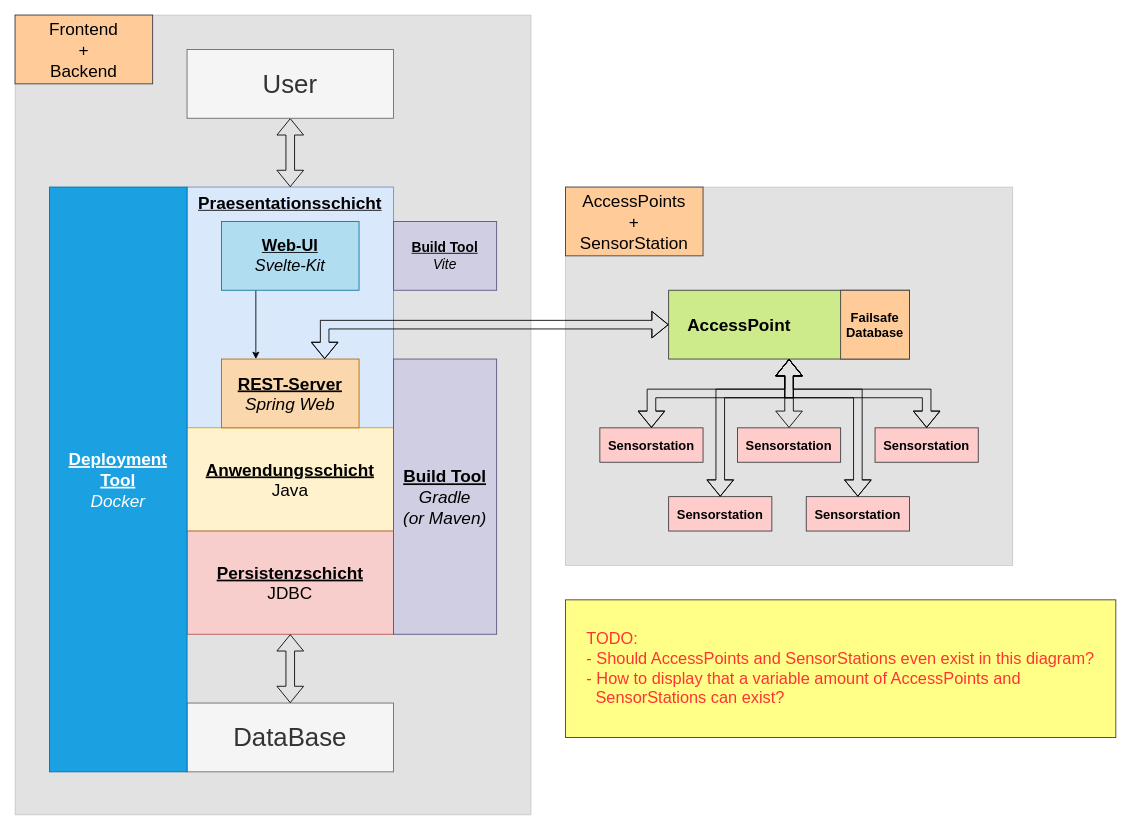
Above: Diagrams/layer-chart.drawio in FabioPlunser/SWE (draw.io), before the change. Source tidied: cells renumbered, new cells numbered last; positions are measured from the earlier drawing's top-left corner, leaving out a move shared by most shapes. Both pictures are drawn from the tidied source at 86%, with x=0, y=0 at pixel (15, 15).
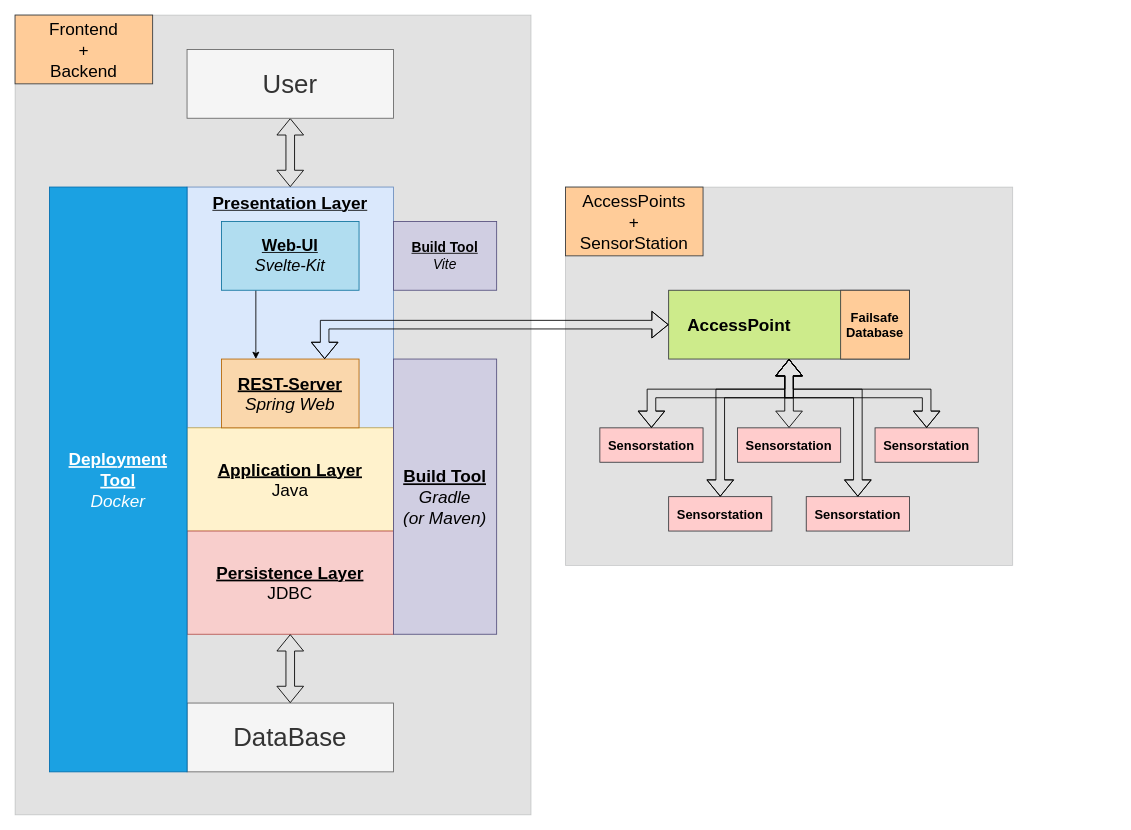
The same diagram, later.

Commit message (it also covers changes not shown here):
Changed German Terms in Layer Chart to English

Exported Layer Diagram as SVG

The edit, as a diff of the source:
```diff
@@
-    <mxCell id="4" value="&lt;b&gt;&lt;u&gt;&lt;font style=&quot;font-size: 20px;&quot;&gt;Praesentationsschicht&lt;/font&gt;&lt;/u&gt;&lt;/b&gt;" style="rounded=0;whiteSpace=wrap;html=1;fillColor=#dae8fc;strokeColor=#6c8ebf;verticalAlign=top;" parent="1" vertex="1">
+    <mxCell id="4" value="&lt;b&gt;&lt;u&gt;&lt;font style=&quot;font-size: 20px;&quot;&gt;Presentation Layer&lt;/font&gt;&lt;/u&gt;&lt;/b&gt;" style="rounded=0;whiteSpace=wrap;html=1;fillColor=#dae8fc;strokeColor=#6c8ebf;verticalAlign=top;" parent="1" vertex="1">
       <mxGeometry x="200" y="200" width="240" height="280" as="geometry" />
     </mxCell>
-    <mxCell id="5" value="&lt;font style=&quot;font-size: 20px;&quot;&gt;&lt;b&gt;&lt;u&gt;Anwendungsschicht&lt;/u&gt;&lt;/b&gt;&lt;br&gt;Java&lt;/font&gt;" style="rounded=0;whiteSpace=wrap;html=1;fillColor=#fff2cc;strokeColor=#d6b656;" parent="1" vertex="1">
+    <mxCell id="5" value="&lt;font style=&quot;font-size: 20px;&quot;&gt;&lt;b&gt;&lt;u&gt;Application Layer&lt;/u&gt;&lt;/b&gt;&lt;br&gt;Java&lt;/font&gt;" style="rounded=0;whiteSpace=wrap;html=1;fillColor=#fff2cc;strokeColor=#d6b656;" parent="1" vertex="1">
       <mxGeometry x="200" y="480" width="240" height="120" as="geometry" />
     </mxCell>
-    <mxCell id="6" value="&lt;font style=&quot;font-size: 20px;&quot;&gt;&lt;b&gt;&lt;u&gt;Persistenzschicht&lt;/u&gt;&lt;/b&gt;&lt;br&gt;JDBC&lt;/font&gt;" style="rounded=0;whiteSpace=wrap;html=1;fillColor=#f8cecc;strokeColor=#b85450;" parent="1" vertex="1">
+    <mxCell id="6" value="&lt;font style=&quot;font-size: 20px;&quot;&gt;&lt;b&gt;&lt;u&gt;Persistence Layer&lt;/u&gt;&lt;/b&gt;&lt;br&gt;JDBC&lt;/font&gt;" style="rounded=0;whiteSpace=wrap;html=1;fillColor=#f8cecc;strokeColor=#b85450;" parent="1" vertex="1">
       <mxGeometry x="200" y="600" width="240" height="120" as="geometry" />
     </mxCell>
@@
-    <mxCell id="32" value="&lt;div style=&quot;text-align: left;&quot;&gt;&lt;span style=&quot;font-size: 19px; color: rgb(255, 51, 51); background-color: initial;&quot;&gt;TODO:&amp;nbsp;&lt;/span&gt;&lt;/div&gt;&lt;font color=&quot;#ff3333&quot; style=&quot;font-size: 19px;&quot;&gt;&lt;div style=&quot;text-align: left;&quot;&gt;&lt;span style=&quot;background-color: initial;&quot;&gt;- Should AccessPoints and SensorStations even exist in this diagram?&lt;/span&gt;&lt;/div&gt;&lt;div style=&quot;text-align: left;&quot;&gt;&lt;span style=&quot;background-color: initial;&quot;&gt;- How to display that a variable amount of AccessPoints and&amp;nbsp;&lt;/span&gt;&lt;/div&gt;&lt;div style=&quot;text-align: left;&quot;&gt;&lt;span style=&quot;background-color: initial;&quot;&gt;&amp;nbsp; SensorStations can exist?&lt;/span&gt;&lt;/div&gt;&lt;/font&gt;" style="text;html=1;strokeColor=#36393d;fillColor=#ffff88;align=center;verticalAlign=middle;whiteSpace=wrap;rounded=0;" parent="1" vertex="1">
-      <mxGeometry x="640" y="680" width="640" height="160" as="geometry" />
-    </mxCell>
```
